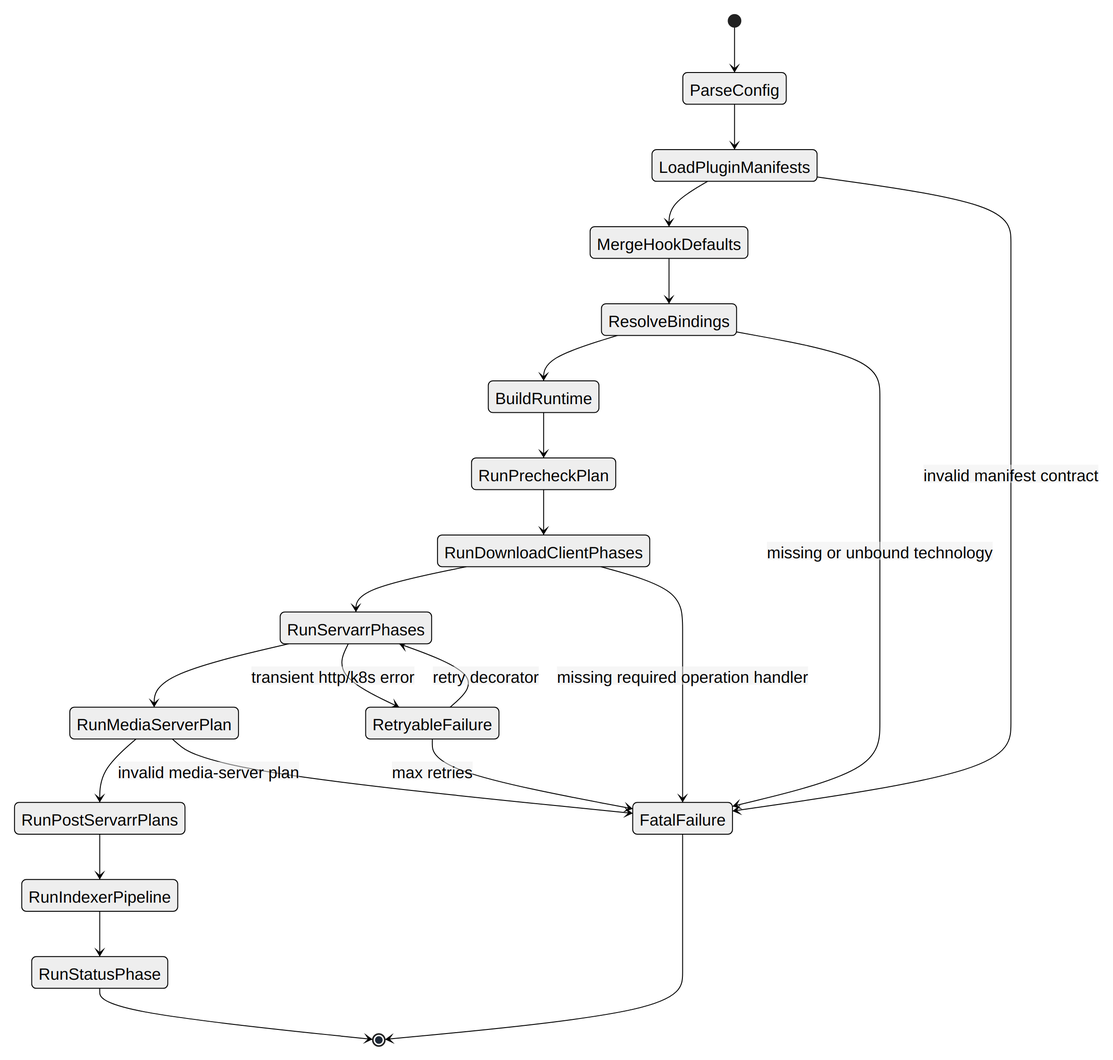
Before: docs/diagrams/bootstrap-runtime-model.png, a diagram exported from Mermaid (mploschiavo/mediaserver). Its source is kept beside it as docs/diagrams/bootstrap-runtime-model.mmd.
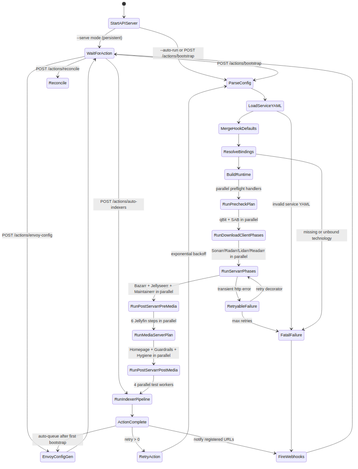
After the commit.

Commit message:
Fix remaining diagram stale refs: Bootstrap Runner → Controller, LoadPluginManifests → LoadServiceYAML

Change to the diagram source:
```diff
@@ -8,8 +8,8 @@
   WaitForAction --> EnvoyConfigGen: POST /actions/envoy-config
   WaitForAction --> Reconcile: POST /actions/reconcile
 
-  ParseConfig --> LoadPluginManifests
-  LoadPluginManifests --> MergeHookDefaults
+  ParseConfig --> LoadServiceYAML
+  LoadServiceYAML --> MergeHookDefaults
   MergeHookDefaults --> ResolveBindings
   ResolveBindings --> BuildRuntime
 
@@ -35,5 +35,5 @@
   FatalFailure --> FireWebhooks
   FireWebhooks --> WaitForAction
 
-  LoadPluginManifests --> FatalFailure: invalid manifest contract
+  LoadServiceYAML --> FatalFailure: invalid service YAML
   ResolveBindings --> FatalFailure: missing or unbound technology
```
